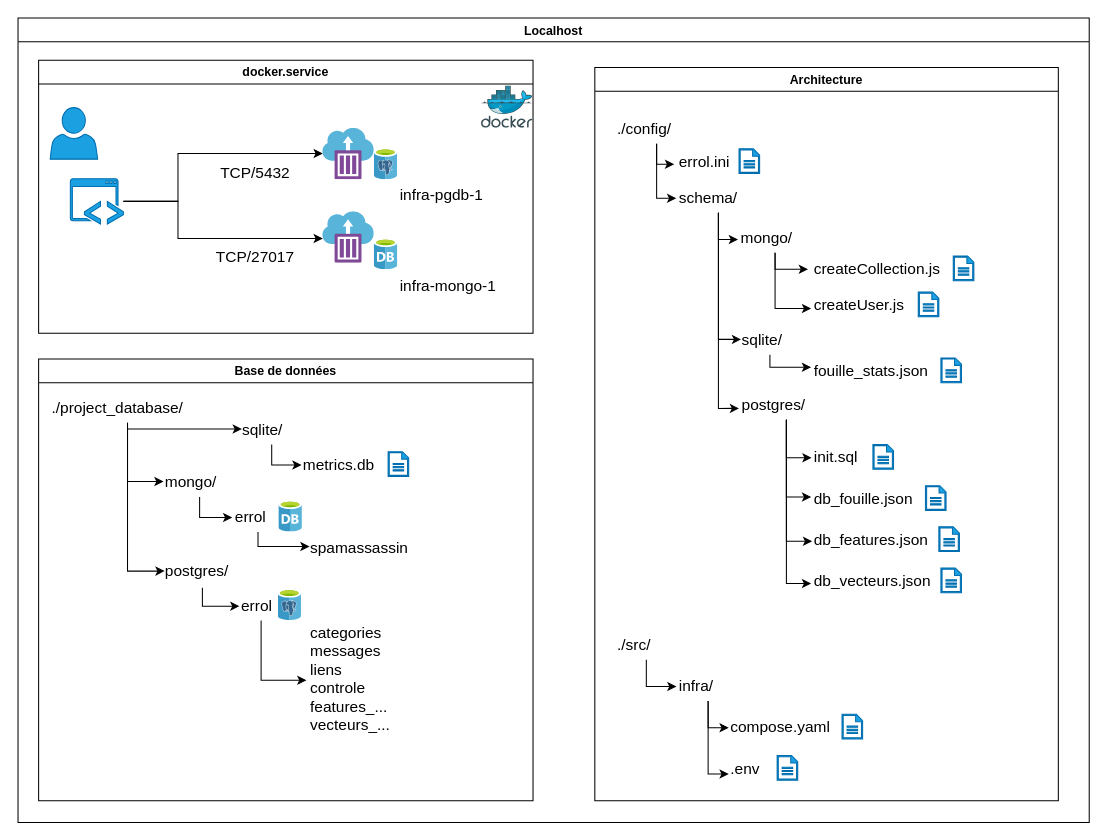
Above: rapport/Schéma/archi_docker.drawio in peredur0/errol (draw.io), before the change. Source tidied: cells renumbered, new cells numbered last; positions are measured from the earlier drawing's top-left corner, leaving out a move shared by most shapes. Both pictures are drawn from the tidied source at 103%, with x=0, y=0 at pixel (18, 18).
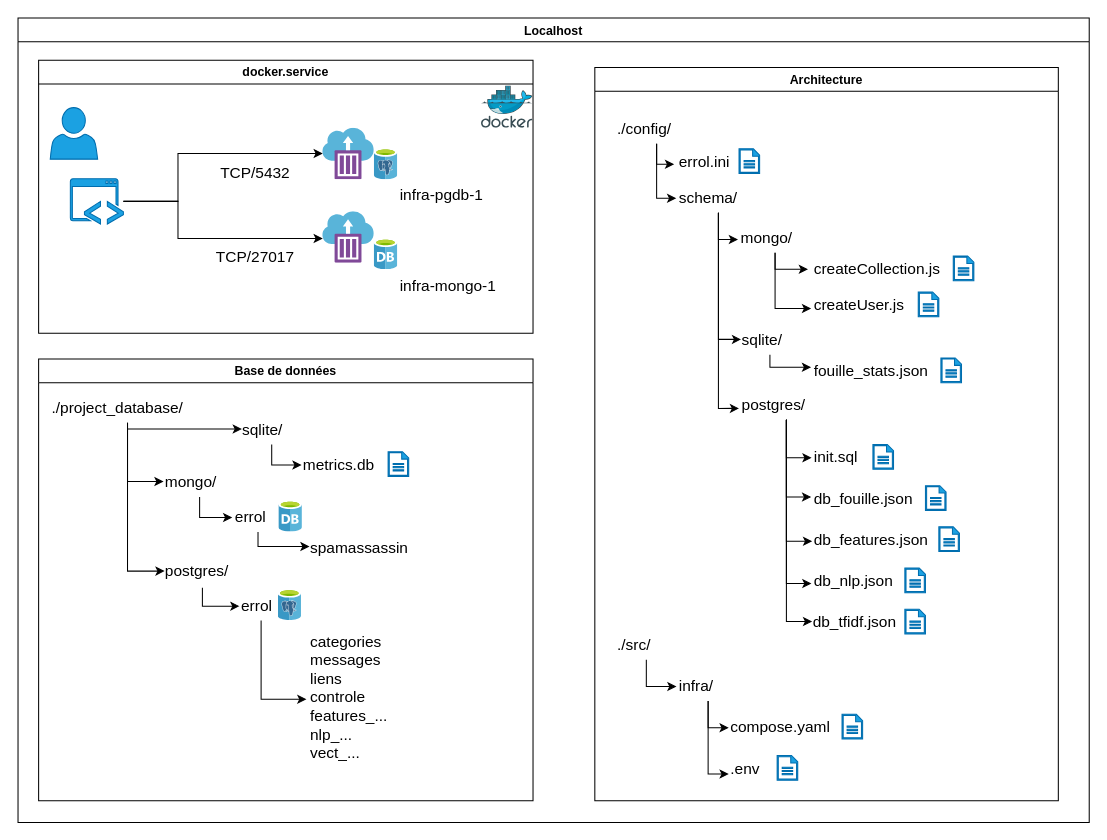
After the change.

Unchanged cells that the change refers to:
```xml
<mxCell id="3" value="Architecture" style="swimlane;" parent="2" vertex="1">
  <mxGeometry x="560" y="48" width="450" height="712" as="geometry" />
</mxCell>
<mxCell id="16" value="postgres/" style="text;html=1;align=left;verticalAlign=middle;points=[];strokeColor=none;fillColor=none;fontSize=15;" parent="3" vertex="1">
  <mxGeometry x="141" y="312" width="90" height="30" as="geometry" />
</mxCell>
<mxCell id="60" value="Base de données" style="swimlane;whiteSpace=wrap;html=1;" parent="2" vertex="1">
  <mxGeometry x="20" y="331" width="480" height="429" as="geometry" />
</mxCell>
<mxCell id="76" value="errol" style="text;html=1;align=left;verticalAlign=middle;points=[];strokeColor=none;fillColor=none;fontSize=15;" parent="60" vertex="1">
  <mxGeometry x="195.3" y="224" width="50" height="30" as="geometry" />
</mxCell>
```

Diff of the diagram source:
```diff
@@
-    <mxCell id="41" value="db_vecteurs.json" style="text;html=1;align=left;verticalAlign=middle;points=[];strokeColor=none;fillColor=none;fontSize=15;" parent="3" vertex="1">
-      <mxGeometry x="211" y="483" width="140" height="30" as="geometry" />
+    <mxCell id="41" value="db_nlp.json" style="text;html=1;align=left;verticalAlign=middle;points=[];strokeColor=none;fillColor=none;fontSize=15;" parent="3" vertex="1">
+      <mxGeometry x="211" y="483" width="100" height="30" as="geometry" />
     </mxCell>
@@
     <mxCell id="43" style="sketch=0;shadow=0;dashed=0;html=1;strokeColor=#006EAF;fillColor=#1ba1e2;labelPosition=center;verticalLabelPosition=bottom;verticalAlign=top;align=center;shape=mxgraph.office.concepts.document;fontSize=15;fontColor=#ffffff;" parent="3" vertex="1">
-      <mxGeometry x="336" y="486" width="20" height="24" as="geometry" />
+      <mxGeometry x="301" y="486" width="20" height="24" as="geometry" />
     </mxCell>
@@
+    <mxCell id="81" value="db_tfidf.json" style="text;html=1;align=left;verticalAlign=middle;points=[];strokeColor=none;fillColor=none;fontSize=15;" parent="3" vertex="1">
+      <mxGeometry x="210" y="523" width="100" height="30" as="geometry" />
+    </mxCell>
+    <mxCell id="82" style="edgeStyle=orthogonalEdgeStyle;rounded=0;jettySize=auto;html=1;entryX=0.01;entryY=0.5;entryDx=0;entryDy=0;entryPerimeter=0;" parent="3" edge="1" source="16" target="81">
+      <mxGeometry relative="1" as="geometry" />
+    </mxCell>
+    <mxCell id="83" style="sketch=0;shadow=0;dashed=0;html=1;strokeColor=#006EAF;fillColor=#1ba1e2;labelPosition=center;verticalLabelPosition=bottom;verticalAlign=top;align=center;shape=mxgraph.office.concepts.document;fontSize=15;fontColor=#ffffff;" parent="3" vertex="1">
+      <mxGeometry x="301" y="526" width="20" height="24" as="geometry" />
+    </mxCell>
@@
-    <mxCell id="79" value="categories&lt;br&gt;messages&lt;br&gt;liens&lt;div&gt;controle&lt;/div&gt;&lt;div&gt;features_...&lt;/div&gt;&lt;div&gt;vecteurs_...&lt;/div&gt;" style="text;html=1;align=left;verticalAlign=middle;points=[];strokeColor=none;fillColor=none;fontSize=15;" parent="60" vertex="1">
-      <mxGeometry x="262.3" y="250" width="100" height="120" as="geometry" />
+    <mxCell id="79" value="categories&lt;br&gt;messages&lt;br&gt;liens&lt;div&gt;controle&lt;/div&gt;&lt;div&gt;features_...&lt;/div&gt;&lt;div&gt;nlp_...&lt;/div&gt;&lt;div&gt;vect_...&lt;/div&gt;" style="text;html=1;align=left;verticalAlign=middle;points=[];strokeColor=none;fillColor=none;fontSize=15;" parent="60" vertex="1">
+      <mxGeometry x="262.3" y="258" width="100" height="140" as="geometry" />
     </mxCell>
     <mxCell id="80" style="edgeStyle=orthogonalEdgeStyle;rounded=0;jettySize=auto;html=1;entryX=-0.023;entryY=0.517;entryDx=0;entryDy=0;entryPerimeter=0;exitX=0.414;exitY=1;exitDx=0;exitDy=0;exitPerimeter=0;" parent="60" edge="1" source="76" target="79">
-      <mxGeometry relative="1" as="geometry" />
+      <mxGeometry relative="1" as="geometry">
+        <Array as="points">
+          <mxPoint x="216" y="330" />
+        </Array>
+      </mxGeometry>
     </mxCell>
```
